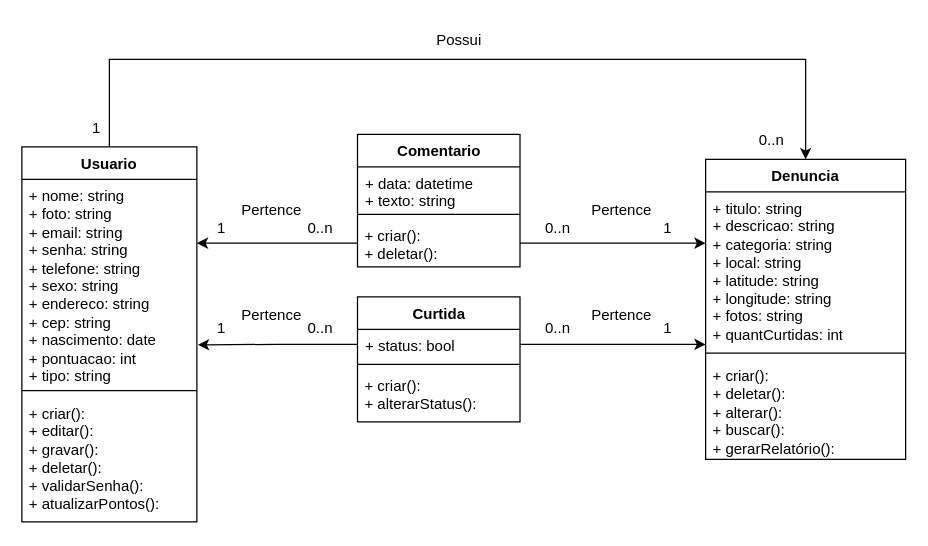
frsouzaa/Documentacao-TCC-NossaVia keeps this draw.io diagram as Documentação/Diagramas/Diagrama de Classes.drawio. Above is the earlier version. Source tidied: cells renumbered, new cells numbered last; positions are measured from the earlier drawing's top-left corner, leaving out a move shared by most shapes. Both pictures are drawn from the tidied source at 125%, with x=0, y=0 at pixel (21, 21).
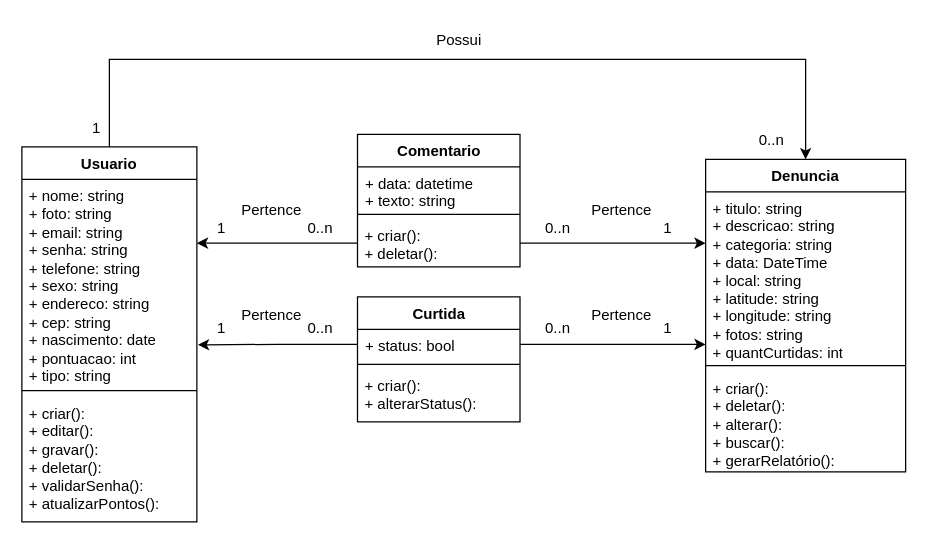
Above is the later version.

Commit message (it also covers changes not shown here):
adiciona data na classe de denuncia e adiciona prints das classes na monografia

Change to the diagram source:
```diff
@@
     <mxCell id="6" value="Denuncia" style="swimlane;fontStyle=1;align=center;verticalAlign=top;horizontal=1;startSize=26;whiteSpace=wrap;html=1;" parent="1" vertex="1">
-      <mxGeometry x="547" y="110" width="160" height="240" as="geometry" />
+      <mxGeometry x="547" y="110" width="160" height="250" as="geometry" />
     </mxCell>
-    <mxCell id="7" value="+ titulo: string&lt;div&gt;+ descricao: string&lt;/div&gt;&lt;div&gt;+ categoria: string&lt;/div&gt;&lt;div&gt;+ local: string&lt;br&gt;+ latitude: string&lt;/div&gt;&lt;div&gt;+ longitude: string&lt;/div&gt;&lt;div&gt;+ fotos: string&lt;/div&gt;&lt;div&gt;+ quantCurtidas: int&lt;br&gt;&lt;/div&gt;" style="text;strokeColor=none;fillColor=none;align=left;verticalAlign=top;spacingLeft=4;spacingRight=4;overflow=hidden;whiteSpace=wrap;html=1;" parent="6" vertex="1">
-      <mxGeometry y="26" width="160" height="124" as="geometry" />
+    <mxCell id="7" value="&lt;div&gt;&lt;span style=&quot;text-wrap: nowrap;&quot;&gt;+ titulo: string&lt;/span&gt;&lt;br style=&quot;padding: 0px; margin: 0px; text-wrap: nowrap;&quot;&gt;&lt;span style=&quot;text-wrap: nowrap;&quot;&gt;+ descricao: string&lt;/span&gt;&lt;br style=&quot;padding: 0px; margin: 0px; text-wrap: nowrap;&quot;&gt;&lt;span style=&quot;text-wrap: nowrap;&quot;&gt;+ categoria: string&lt;/span&gt;&lt;br style=&quot;padding: 0px; margin: 0px; text-wrap: nowrap;&quot;&gt;&lt;span style=&quot;text-wrap: nowrap;&quot;&gt;+ data: DateTime&lt;/span&gt;&lt;br style=&quot;padding: 0px; margin: 0px; text-wrap: nowrap;&quot;&gt;&lt;span style=&quot;text-wrap: nowrap;&quot;&gt;+ local: string&lt;/span&gt;&lt;br style=&quot;padding: 0px; margin: 0px; text-wrap: nowrap;&quot;&gt;&lt;span style=&quot;text-wrap: nowrap;&quot;&gt;+ latitude: string&lt;/span&gt;&lt;br style=&quot;padding: 0px; margin: 0px; text-wrap: nowrap;&quot;&gt;&lt;span style=&quot;text-wrap: nowrap;&quot;&gt;+ longitude: string&lt;/span&gt;&lt;br style=&quot;padding: 0px; margin: 0px; text-wrap: nowrap;&quot;&gt;&lt;span style=&quot;text-wrap: nowrap;&quot;&gt;+ fotos: string&lt;/span&gt;&lt;br style=&quot;padding: 0px; margin: 0px; text-wrap: nowrap;&quot;&gt;&lt;span style=&quot;text-wrap: nowrap;&quot;&gt;+ quantCurtidas: int&lt;/span&gt;&lt;br&gt;&lt;/div&gt;" style="text;strokeColor=none;fillColor=none;align=left;verticalAlign=top;spacingLeft=4;spacingRight=4;overflow=hidden;whiteSpace=wrap;html=1;" parent="6" vertex="1">
+      <mxGeometry y="26" width="160" height="134" as="geometry" />
     </mxCell>
     <mxCell id="8" style="line;strokeWidth=1;fillColor=none;align=left;verticalAlign=middle;spacingTop=-1;spacingLeft=3;spacingRight=3;labelPosition=right;strokeColor=inherit;" parent="6" vertex="1">
-      <mxGeometry y="150" width="160" height="10" as="geometry" />
+      <mxGeometry y="160" width="160" height="10" as="geometry" />
     </mxCell>
     <mxCell id="9" value="+ criar():&amp;nbsp;&lt;br style=&quot;padding: 0px; margin: 0px;&quot;&gt;&lt;span style=&quot;&quot;&gt;+ deletar():&amp;nbsp;&lt;/span&gt;&lt;br style=&quot;padding: 0px; margin: 0px;&quot;&gt;+ alterar():&lt;br&gt;+ buscar():&lt;span style=&quot;&quot;&gt;&amp;nbsp;&lt;/span&gt;&lt;br style=&quot;padding: 0px; margin: 0px;&quot;&gt;&lt;span style=&quot;&quot;&gt;+ gerarRelatório():&lt;/span&gt;&lt;span style=&quot;&quot;&gt;&amp;nbsp;&lt;/span&gt;" style="text;strokeColor=none;fillColor=none;align=left;verticalAlign=top;spacingLeft=4;spacingRight=4;overflow=hidden;whiteSpace=wrap;html=1;" parent="6" vertex="1">
-      <mxGeometry y="160" width="160" height="80" as="geometry" />
+      <mxGeometry y="170" width="160" height="80" as="geometry" />
     </mxCell>
```
